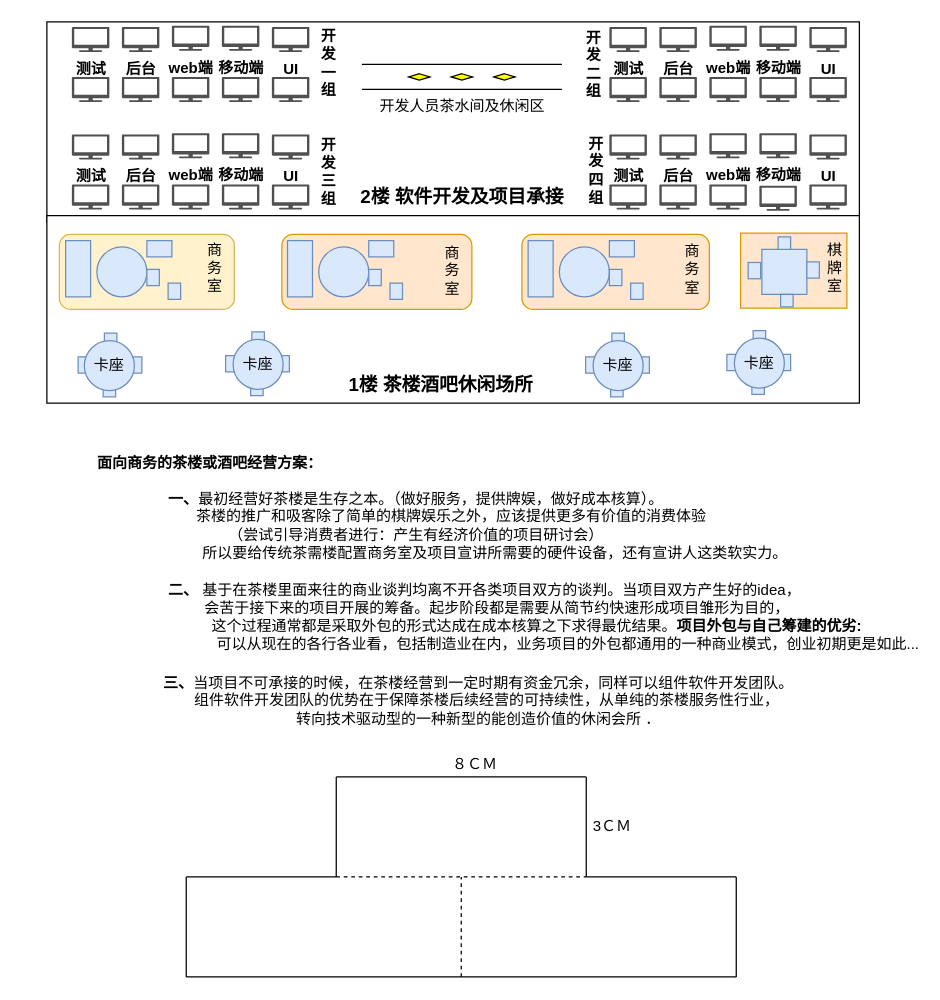
Earlier version of the draw.io diagram 茶楼酒吧休闲场所.drawio (UTOUUCENTER-CD/draw.io). Source tidied: cells renumbered, new cells numbered last; positions are measured from the earlier drawing's top-left corner, leaving out a move shared by most shapes. Both pictures are drawn from the tidied source at 125%, with x=0, y=0 at pixel (46, 21).
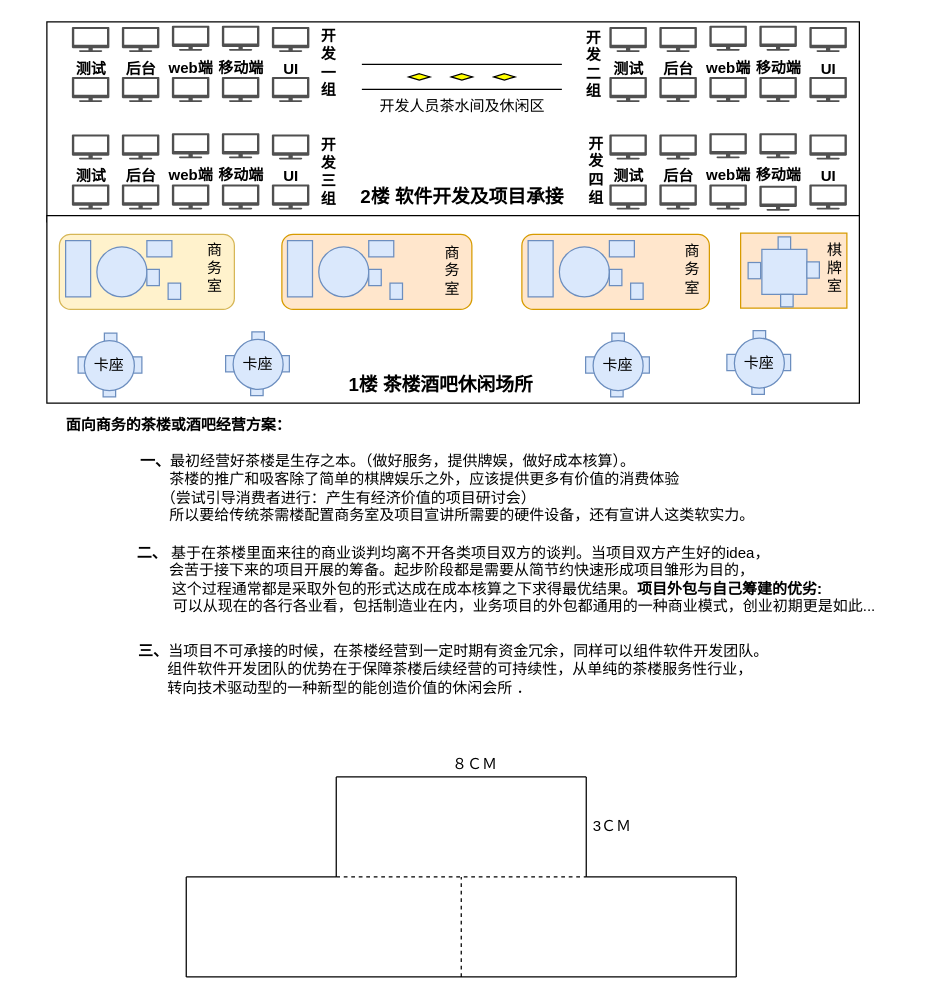
The same page after the edit.

Commit message:
更新茶楼酒吧休闲场所.drawio

Change to the diagram source:
```diff
@@
-    <mxCell id="2" value="&lt;b&gt;一、&lt;/b&gt;最初经营好茶楼是生存之本。（做好服务，提供牌娱，做好成本核算）。&lt;br&gt;&amp;nbsp; &amp;nbsp; &amp;nbsp; &amp;nbsp; &amp;nbsp; &amp;nbsp; &amp;nbsp; &amp;nbsp; &amp;nbsp;茶楼的推广和吸客除了简单的棋牌娱乐之外，应该提供更多有价值的消费体验&lt;br&gt;（尝试引导消费者进行：产生有经济价值的项目研讨会）&lt;br&gt;&amp;nbsp; &amp;nbsp; &amp;nbsp; &amp;nbsp; &amp;nbsp; &amp;nbsp; &amp;nbsp; &amp;nbsp; &amp;nbsp; &amp;nbsp; &amp;nbsp; &amp;nbsp; &amp;nbsp; &amp;nbsp; &amp;nbsp; &amp;nbsp; &amp;nbsp; &amp;nbsp; &amp;nbsp; 所以要给传统茶需楼配置商务室及项目宣讲所需要的硬件设备，还有宣讲人这类软实力。" style="text;html=1;align=center;verticalAlign=middle;" parent="1" vertex="1">
-      <mxGeometry y="373" width="590" height="60" as="geometry" />
+    <mxCell id="2" value="&lt;b&gt;一、&lt;/b&gt;最初经营好茶楼是生存之本。（做好服务，提供牌娱，做好成本核算）。&lt;br&gt;&amp;nbsp; &amp;nbsp; &amp;nbsp; &amp;nbsp;茶楼的推广和吸客除了简单的棋牌娱乐之外，应该提供更多有价值的消费体验&lt;br&gt;&amp;nbsp; &amp;nbsp; &amp;nbsp;（尝试引导消费者进行：产生有经济价值的项目研讨会）&lt;br&gt;&amp;nbsp; &amp;nbsp; &amp;nbsp; &amp;nbsp;所以要给传统茶需楼配置商务室及项目宣讲所需要的硬件设备，还有宣讲人这类软实力。" style="text;html=1;align=left;verticalAlign=middle;" parent="1" vertex="1">
+      <mxGeometry x="73" y="343" width="510" height="60" as="geometry" />
     </mxCell>
     <mxCell id="3" value="&lt;b&gt;面向商务的茶楼或酒吧经营方案：&lt;/b&gt;" style="text;html=1;align=center;verticalAlign=middle;" parent="1" vertex="1">
-      <mxGeometry x="30" y="343" width="200" height="20" as="geometry" />
+      <mxGeometry x="5" y="313" width="200" height="20" as="geometry" />
     </mxCell>
-    <mxCell id="4" value="&lt;b&gt;三、&lt;/b&gt;当项目不可承接的时候，在茶楼经营到一定时期有资金冗余，同样可以组件软件开发团队。&lt;br&gt;&amp;nbsp; &amp;nbsp; 组件软件开发团队的优势在于保障茶楼后续经营的可持续性，从单纯的茶楼服务性行业，&lt;br&gt;转向技术驱动型的一种新型的能创造价值的休闲会所 ．" style="text;html=1;align=center;verticalAlign=middle;" parent="1" vertex="1">
-      <mxGeometry x="85" y="518" width="520" height="50" as="geometry" />
+    <mxCell id="4" value="&lt;b&gt;三、&lt;/b&gt;当项目不可承接的时候，在茶楼经营到一定时期有资金冗余，同样可以组件软件开发团队。&lt;br&gt;&lt;div style=&quot;text-align: left&quot;&gt;&lt;span&gt;&amp;nbsp; &amp;nbsp; &amp;nbsp; &amp;nbsp;组件软件开发团队的优势在于保障茶楼后续经营的可持续性，从单纯的茶楼服务性行业，&lt;/span&gt;&lt;/div&gt;&lt;div style=&quot;text-align: left&quot;&gt;&lt;span&gt;&amp;nbsp; &amp;nbsp; &amp;nbsp; &amp;nbsp;转向技术驱动型的一种新型的能创造价值的休闲会所 ．&lt;/span&gt;&lt;/div&gt;" style="text;html=1;align=center;verticalAlign=middle;" parent="1" vertex="1">
+      <mxGeometry x="65" y="493" width="520" height="50" as="geometry" />
     </mxCell>
@@
-    <mxCell id="100" value="&lt;b&gt;二、&lt;/b&gt;&amp;nbsp;基于在茶楼里面来往的商业谈判均离不开各类项目双方的谈判。当项目双方产生好的idea，&lt;br&gt;&amp;nbsp; &amp;nbsp; &amp;nbsp; 会苦于接下来的项目开展的筹备。起步阶段都是需要从简节约快速形成项目雏形为目的，&lt;br&gt;&amp;nbsp; &amp;nbsp; &amp;nbsp; &amp;nbsp; &amp;nbsp; &amp;nbsp; &amp;nbsp; &amp;nbsp; &amp;nbsp; &amp;nbsp; &amp;nbsp; &amp;nbsp; &amp;nbsp;这个过程通常都是采取外包的形式达成在成本核算之下求得最优结果。&lt;b&gt;项目外包与自己筹建的优劣:&lt;/b&gt;&lt;br&gt;&amp;nbsp; &amp;nbsp; &amp;nbsp; &amp;nbsp; &amp;nbsp; &amp;nbsp; &amp;nbsp; &amp;nbsp; &amp;nbsp; &amp;nbsp; &amp;nbsp; &amp;nbsp; &amp;nbsp; &amp;nbsp; &amp;nbsp; &amp;nbsp; &amp;nbsp; &amp;nbsp; &amp;nbsp; &amp;nbsp; 可以从现在的各行各业看，包括制造业在内，业务项目的外包都通用的一种商业模式，创业初期更是如此..." style="text;html=1;align=center;verticalAlign=middle;" parent="1" vertex="1">
-      <mxGeometry x="5" y="445.5" width="690" height="60" as="geometry" />
+    <mxCell id="100" value="&lt;b&gt;二、&lt;/b&gt;&amp;nbsp;基于在茶楼里面来往的商业谈判均离不开各类项目双方的谈判。当项目双方产生好的idea，&lt;br&gt;&amp;nbsp; &amp;nbsp; 会苦于接下来的项目开展的筹备。起步阶段都是需要从简节约快速形成项目雏形为目的，&lt;br&gt;&amp;nbsp; &amp;nbsp; &amp;nbsp; &amp;nbsp; &amp;nbsp; &amp;nbsp; &amp;nbsp; &amp;nbsp; &amp;nbsp; &amp;nbsp; &amp;nbsp;这个过程通常都是采取外包的形式达成在成本核算之下求得最优结果。&lt;b&gt;项目外包与自己筹建的优劣:&lt;/b&gt;&lt;br&gt;&amp;nbsp; &amp;nbsp; &amp;nbsp; &amp;nbsp; &amp;nbsp; &amp;nbsp; &amp;nbsp; &amp;nbsp; &amp;nbsp; &amp;nbsp; &amp;nbsp; &amp;nbsp; &amp;nbsp; &amp;nbsp; &amp;nbsp; &amp;nbsp; &amp;nbsp; 可以从现在的各行各业看，包括制造业在内，业务项目的外包都通用的一种商业模式，创业初期更是如此..." style="text;html=1;align=center;verticalAlign=middle;" parent="1" vertex="1">
+      <mxGeometry x="-20" y="415.5" width="690" height="60" as="geometry" />
     </mxCell>
```
